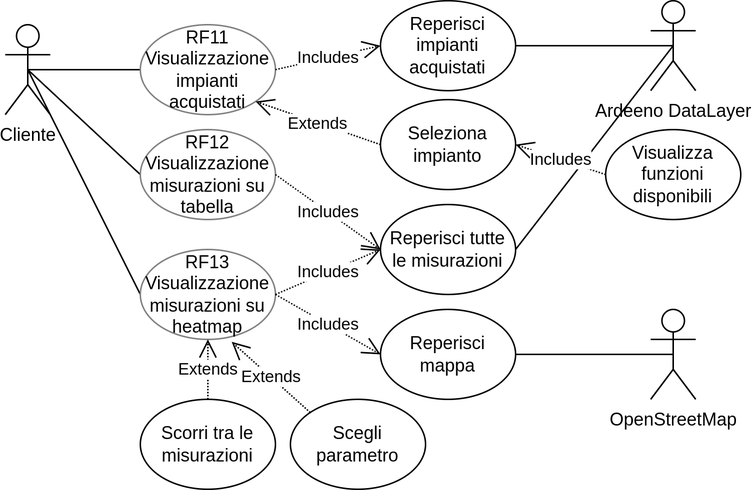
The draw.io diagram deliverables/d2/.media/cliente2.drawio.png in amanfucci/ardeeno-workondeliverables, before a commit. Source tidied: cells renumbered, new cells last; positions are measured from the earlier drawing's top-left corner, leaving out a move shared by most shapes.
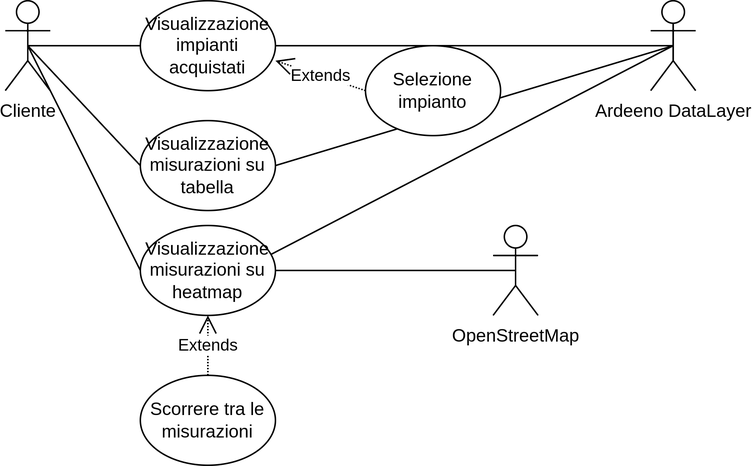
Later version of the same file.

Commit message:
usecase Cliente, terminologia

The edit, as a diff of the source:
```diff
@@ -2,86 +2,58 @@
   <root>
     <mxCell id="0" />
     <mxCell id="1" parent="0" />
-    <mxCell id="2" style="edgeStyle=none;rounded=0;jettySize=auto;html=1;exitX=0;exitY=0.5;exitDx=0;exitDy=0;entryX=0.5;entryY=0.5;entryDx=0;entryDy=0;entryPerimeter=0;endArrow=none;endFill=0;endSize=10;" parent="1" edge="1" source="3" target="7">
+    <mxCell id="2" style="edgeStyle=none;rounded=0;jettySize=auto;html=1;exitX=0;exitY=0.5;exitDx=0;exitDy=0;entryX=0.5;entryY=0.5;entryDx=0;entryDy=0;entryPerimeter=0;endArrow=none;endFill=0;endSize=10;strokeColor=#000000;" parent="1" edge="1" source="3" target="7">
       <mxGeometry relative="1" as="geometry" />
     </mxCell>
-    <mxCell id="3" value="RF11&lt;br&gt;Visualizzazione impianti acquistati" style="ellipse;whiteSpace=wrap;html=1;strokeColor=#808080;" parent="1" vertex="1">
+    <mxCell id="3" value="Visualizzazione impianti acquistati" style="ellipse;whiteSpace=wrap;html=1;strokeColor=#000000;" parent="1" vertex="1">
       <mxGeometry x="90" y="16" width="90" height="60" as="geometry" />
     </mxCell>
-    <mxCell id="4" style="edgeStyle=none;rounded=0;jettySize=auto;html=1;exitX=0;exitY=0.5;exitDx=0;exitDy=0;endArrow=none;endFill=0;endSize=10;entryX=0.5;entryY=0.5;entryDx=0;entryDy=0;entryPerimeter=0;" parent="1" edge="1" source="5" target="7">
+    <mxCell id="4" style="edgeStyle=none;rounded=0;jettySize=auto;html=1;exitX=0;exitY=0.5;exitDx=0;exitDy=0;endArrow=none;endFill=0;endSize=10;entryX=0.5;entryY=0.5;entryDx=0;entryDy=0;entryPerimeter=0;strokeColor=#000000;" parent="1" edge="1" source="5" target="7">
       <mxGeometry relative="1" as="geometry" />
     </mxCell>
-    <mxCell id="5" value="RF12&lt;br&gt;Visualizzazione misurazioni su tabella" style="ellipse;whiteSpace=wrap;html=1;strokeColor=#808080;" parent="1" vertex="1">
-      <mxGeometry x="90" y="86" width="90" height="60" as="geometry" />
+    <mxCell id="5" value="Visualizzazione misurazioni su tabella" style="ellipse;whiteSpace=wrap;html=1;strokeColor=#000000;" parent="1" vertex="1">
+      <mxGeometry x="90" y="96" width="90" height="60" as="geometry" />
     </mxCell>
-    <mxCell id="6" style="edgeStyle=none;rounded=0;jettySize=auto;html=1;entryX=0;entryY=0.5;entryDx=0;entryDy=0;endArrow=none;endFill=0;endSize=10;exitX=0.5;exitY=0.5;exitDx=0;exitDy=0;exitPerimeter=0;" parent="1" edge="1" source="7" target="15">
+    <mxCell id="6" style="edgeStyle=none;rounded=0;jettySize=auto;html=1;entryX=0;entryY=0.5;entryDx=0;entryDy=0;endArrow=none;endFill=0;endSize=10;exitX=0.5;exitY=0.5;exitDx=0;exitDy=0;exitPerimeter=0;strokeColor=#000000;" parent="1" edge="1" source="7" target="14">
       <mxGeometry relative="1" as="geometry" />
     </mxCell>
-    <mxCell id="7" value="Cliente" style="shape=umlActor;verticalLabelPosition=bottom;verticalAlign=top;html=1;outlineConnect=0;perimeterSpacing=14;" parent="1" vertex="1">
+    <mxCell id="7" value="Cliente" style="shape=umlActor;verticalLabelPosition=bottom;verticalAlign=top;html=1;outlineConnect=0;perimeterSpacing=14;strokeColor=#000000;" parent="1" vertex="1">
       <mxGeometry y="16" width="30" height="60" as="geometry" />
     </mxCell>
-    <mxCell id="8" style="edgeStyle=none;rounded=0;jettySize=auto;html=1;exitX=0.5;exitY=0.5;exitDx=0;exitDy=0;exitPerimeter=0;entryX=1;entryY=0.5;entryDx=0;entryDy=0;endArrow=none;endFill=0;endSize=10;" parent="1" edge="1" source="10" target="11">
+    <mxCell id="8" style="edgeStyle=none;rounded=0;jettySize=auto;html=1;exitX=0.5;exitY=0.5;exitDx=0;exitDy=0;exitPerimeter=0;entryX=1;entryY=0.5;entryDx=0;entryDy=0;endArrow=none;endFill=0;endSize=10;strokeColor=#000000;" parent="1" edge="1" source="11" target="3">
       <mxGeometry relative="1" as="geometry" />
     </mxCell>
-    <mxCell id="9" style="edgeStyle=none;rounded=0;jettySize=auto;html=1;exitX=0.5;exitY=0.5;exitDx=0;exitDy=0;exitPerimeter=0;entryX=1;entryY=0.5;entryDx=0;entryDy=0;endArrow=none;endFill=0;endSize=10;" parent="1" edge="1" source="10" target="18">
+    <mxCell id="9" style="edgeStyle=none;rounded=0;jettySize=auto;html=1;exitX=0.5;exitY=0.5;exitDx=0;exitDy=0;exitPerimeter=0;entryX=1;entryY=0.5;entryDx=0;entryDy=0;endArrow=none;endFill=0;endSize=10;strokeColor=#000000;" parent="1" edge="1" source="11" target="5">
       <mxGeometry relative="1" as="geometry" />
     </mxCell>
-    <mxCell id="10" value="Ardeeno DataLayer" style="shape=umlActor;verticalLabelPosition=bottom;verticalAlign=top;html=1;outlineConnect=0;" parent="1" vertex="1">
-      <mxGeometry x="430" width="30" height="60" as="geometry" />
+    <mxCell id="10" style="rounded=0;jettySize=auto;html=1;exitX=0.5;exitY=0.5;exitDx=0;exitDy=0;exitPerimeter=0;entryX=0.969;entryY=0.32;entryDx=0;entryDy=0;strokeColor=#000000;endArrow=none;endFill=0;entryPerimeter=0;" parent="1" edge="1" source="11" target="14">
+      <mxGeometry relative="1" as="geometry" />
     </mxCell>
-    <mxCell id="11" value="Reperisci impianti acquistati" style="ellipse;whiteSpace=wrap;html=1;" parent="1" vertex="1">
-      <mxGeometry x="250" width="90" height="60" as="geometry" />
+    <mxCell id="11" value="Ardeeno DataLayer" style="shape=umlActor;verticalLabelPosition=bottom;verticalAlign=top;html=1;outlineConnect=0;strokeColor=#000000;" parent="1" vertex="1">
+      <mxGeometry x="430" y="16" width="30" height="60" as="geometry" />
     </mxCell>
-    <mxCell id="12" value="Seleziona impianto" style="ellipse;whiteSpace=wrap;html=1;" parent="1" vertex="1">
-      <mxGeometry x="250" y="66" width="90" height="60" as="geometry" />
+    <mxCell id="12" value="Selezione impianto" style="ellipse;whiteSpace=wrap;html=1;strokeColor=#000000;" parent="1" vertex="1">
+      <mxGeometry x="240" y="46" width="90" height="60" as="geometry" />
     </mxCell>
-    <mxCell id="13" value="Includes" style="endArrow=open;endSize=10;endFill=0;html=1;rounded=0;dashed=1;dashPattern=1 1;exitX=1;exitY=0.5;exitDx=0;exitDy=0;entryX=0;entryY=0.5;entryDx=0;entryDy=0;" parent="1" edge="1" source="3" target="11">
-      <mxGeometry relative="1" as="geometry" />
+    <mxCell id="13" value="Extends" style="endArrow=open;endSize=10;endFill=0;html=1;rounded=0;dashed=1;dashPattern=1 1;exitX=0;exitY=0.5;exitDx=0;exitDy=0;strokeColor=#000000;" parent="1" edge="1" source="12">
+      <mxGeometry relative="1" as="geometry">
+        <mxPoint x="180" y="56" as="targetPoint" />
+      </mxGeometry>
     </mxCell>
-    <mxCell id="14" value="Extends" style="endArrow=open;endSize=10;endFill=0;html=1;rounded=0;dashed=1;dashPattern=1 1;exitX=0;exitY=0.5;exitDx=0;exitDy=0;entryX=1;entryY=1;entryDx=0;entryDy=0;" parent="1" edge="1" source="12" target="3">
-      <mxGeometry relative="1" as="geometry" />
+    <mxCell id="14" value="Visualizzazione misurazioni su heatmap" style="ellipse;whiteSpace=wrap;html=1;strokeColor=#000000;" parent="1" vertex="1">
+      <mxGeometry x="90" y="166" width="90" height="60" as="geometry" />
     </mxCell>
-    <mxCell id="15" value="RF13&lt;br&gt;Visualizzazione misurazioni su heatmap" style="ellipse;whiteSpace=wrap;html=1;strokeColor=#808080;" parent="1" vertex="1">
-      <mxGeometry x="90" y="166" width="90" height="60" as="geometry" />
+    <mxCell id="15" style="edgeStyle=none;rounded=0;jettySize=auto;html=1;exitX=0.5;exitY=0.5;exitDx=0;exitDy=0;exitPerimeter=0;entryX=1;entryY=0.5;entryDx=0;entryDy=0;endArrow=none;endFill=0;endSize=10;strokeColor=#000000;" parent="1" edge="1" source="16" target="14">
+      <mxGeometry relative="1" as="geometry" />
     </mxCell>
-    <mxCell id="16" value="Visualizza funzioni disponibili" style="ellipse;whiteSpace=wrap;html=1;" parent="1" vertex="1">
-      <mxGeometry x="400" y="86" width="90" height="60" as="geometry" />
+    <mxCell id="16" value="OpenStreetMap" style="shape=umlActor;verticalLabelPosition=bottom;verticalAlign=top;html=1;outlineConnect=0;strokeColor=#000000;" parent="1" vertex="1">
+      <mxGeometry x="325" y="166" width="30" height="60" as="geometry" />
     </mxCell>
-    <mxCell id="17" value="Includes" style="endArrow=open;endSize=10;endFill=0;html=1;rounded=0;dashed=1;dashPattern=1 1;exitX=0;exitY=0.5;exitDx=0;exitDy=0;entryX=1;entryY=0.5;entryDx=0;entryDy=0;" parent="1" edge="1" source="16" target="12">
-      <mxGeometry relative="1" as="geometry" />
+    <mxCell id="17" value="Scorrere tra le misurazioni" style="ellipse;whiteSpace=wrap;html=1;strokeColor=#000000;" parent="1" vertex="1">
+      <mxGeometry x="90" y="266" width="90" height="60" as="geometry" />
     </mxCell>
-    <mxCell id="18" value="Reperisci tutte le misurazioni" style="ellipse;whiteSpace=wrap;html=1;" parent="1" vertex="1">
-      <mxGeometry x="250" y="136" width="90" height="60" as="geometry" />
+    <mxCell id="18" value="Extends" style="endArrow=open;endSize=10;endFill=0;html=1;rounded=0;dashed=1;dashPattern=1 1;exitX=0.5;exitY=0;exitDx=0;exitDy=0;entryX=0.5;entryY=1;entryDx=0;entryDy=0;strokeColor=#000000;" parent="1" edge="1" source="17" target="14">
+      <mxGeometry relative="1" as="geometry" />
     </mxCell>
-    <mxCell id="19" value="Scegli parametro" style="ellipse;whiteSpace=wrap;html=1;" parent="1" vertex="1">
-      <mxGeometry x="190" y="266" width="90" height="60" as="geometry" />
-    </mxCell>
-    <mxCell id="20" style="edgeStyle=none;rounded=0;jettySize=auto;html=1;exitX=0.5;exitY=0.5;exitDx=0;exitDy=0;exitPerimeter=0;entryX=1;entryY=0.5;entryDx=0;entryDy=0;endArrow=none;endFill=0;endSize=10;" parent="1" edge="1" source="21" target="26">
-      <mxGeometry relative="1" as="geometry" />
-    </mxCell>
-    <mxCell id="21" value="OpenStreetMap" style="shape=umlActor;verticalLabelPosition=bottom;verticalAlign=top;html=1;outlineConnect=0;" parent="1" vertex="1">
-      <mxGeometry x="430" y="206" width="30" height="60" as="geometry" />
-    </mxCell>
-    <mxCell id="22" value="Scorri tra le misurazioni" style="ellipse;whiteSpace=wrap;html=1;" parent="1" vertex="1">
-      <mxGeometry x="90" y="266" width="90" height="60" as="geometry" />
-    </mxCell>
-    <mxCell id="23" value="Includes" style="endArrow=open;endSize=10;endFill=0;html=1;rounded=0;dashed=1;dashPattern=1 1;exitX=1;exitY=0.5;exitDx=0;exitDy=0;entryX=0;entryY=0.5;entryDx=0;entryDy=0;" parent="1" edge="1" source="15" target="18">
-      <mxGeometry relative="1" as="geometry" />
-    </mxCell>
-    <mxCell id="24" value="Extends" style="endArrow=open;endSize=10;endFill=0;html=1;rounded=0;dashed=1;dashPattern=1 1;exitX=0;exitY=0;exitDx=0;exitDy=0;entryX=0.676;entryY=1.027;entryDx=0;entryDy=0;entryPerimeter=0;" parent="1" edge="1" source="19" target="15">
-      <mxGeometry relative="1" as="geometry" />
-    </mxCell>
-    <mxCell id="25" value="Extends" style="endArrow=open;endSize=10;endFill=0;html=1;rounded=0;dashed=1;dashPattern=1 1;exitX=0.5;exitY=0;exitDx=0;exitDy=0;entryX=0.5;entryY=1;entryDx=0;entryDy=0;" parent="1" edge="1" source="22" target="15">
-      <mxGeometry relative="1" as="geometry" />
-    </mxCell>
-    <mxCell id="26" value="Reperisci mappa" style="ellipse;whiteSpace=wrap;html=1;" parent="1" vertex="1">
-      <mxGeometry x="250" y="206" width="90" height="60" as="geometry" />
-    </mxCell>
-    <mxCell id="27" value="Includes" style="endArrow=open;endSize=10;endFill=0;html=1;rounded=0;dashed=1;dashPattern=1 1;exitX=1;exitY=0.5;exitDx=0;exitDy=0;entryX=0;entryY=0.5;entryDx=0;entryDy=0;" parent="1" edge="1" source="5" target="18">
-      <mxGeometry relative="1" as="geometry" />
-    </mxCell>
-    <mxCell id="28" value="Includes" style="endArrow=open;endSize=10;endFill=0;html=1;rounded=0;dashed=1;dashPattern=1 1;exitX=1;exitY=0.5;exitDx=0;exitDy=0;entryX=0;entryY=0.5;entryDx=0;entryDy=0;" parent="1" edge="1" source="15" target="26">
-      <mxGeometry relative="1" as="geometry" />
-    </mxCell>
   </root>
 </mxGraphModel>
```
